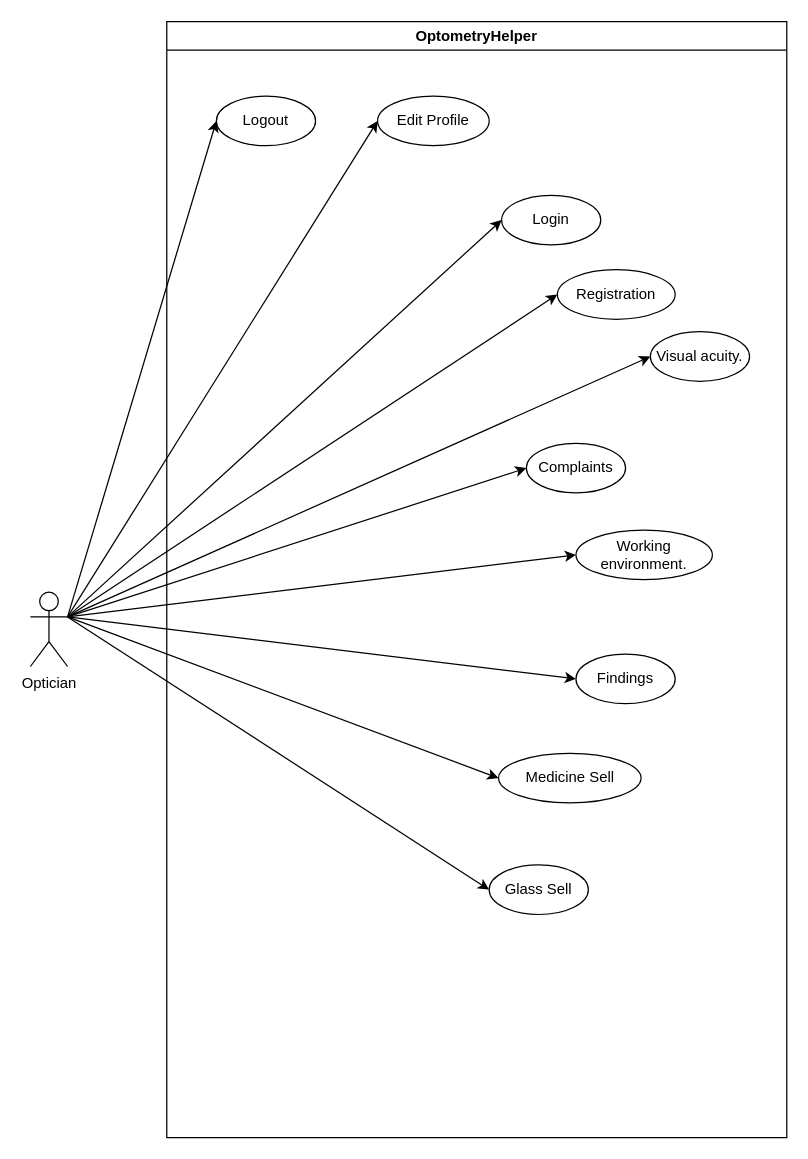
Before: page "Optician" (2 of 7) of Optometry.drawio in ShofiqRasel/Draw.io, a draw.io diagram. Source tidied: cells renumbered, new cells numbered last; positions are measured from the earlier drawing's top-left corner, leaving out a move shared by most shapes. Both pictures are drawn from the tidied source at 124%, with x=0, y=0 at pixel (30, 21).
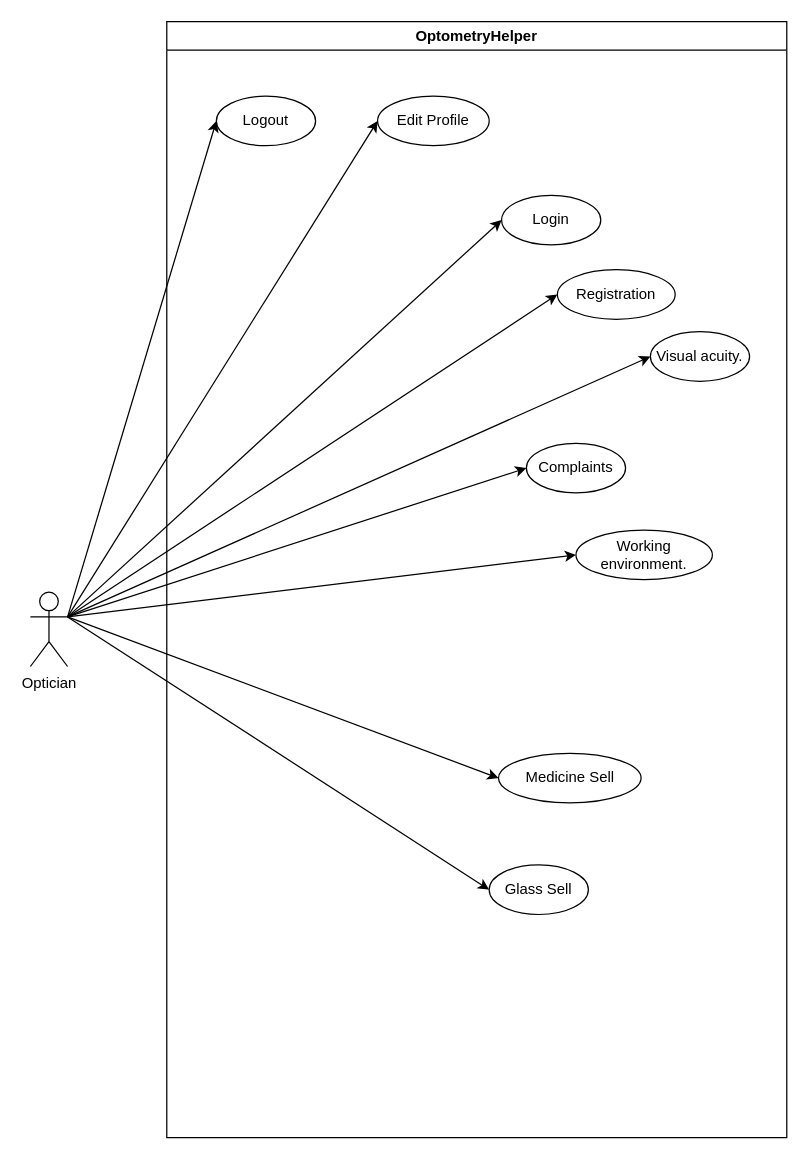
The same page after the edit.

Unchanged cells that the change refers to:
```xml
<mxCell id="2" value="OptometryHelper" style="swimlane;whiteSpace=wrap;html=1;" parent="1" vertex="1">
  <mxGeometry x="110" width="500" height="900" as="geometry" />
</mxCell>
```

Change to the diagram source:
```diff
@@
-    <mxCell id="12" style="endArrow=classic;html=1;rounded=0;entryX=0;entryY=0.5;entryDx=0;entryDy=0;" parent="2" edge="1" target="13">
-      <mxGeometry relative="1" as="geometry">
-        <mxPoint x="-80" y="480" as="sourcePoint" />
-      </mxGeometry>
-    </mxCell>
-    <mxCell id="13" value="Findings" style="ellipse;whiteSpace=wrap;html=1;" parent="2" vertex="1">
-      <mxGeometry x="330" y="510" width="80" height="40" as="geometry" />
-    </mxCell>
```
